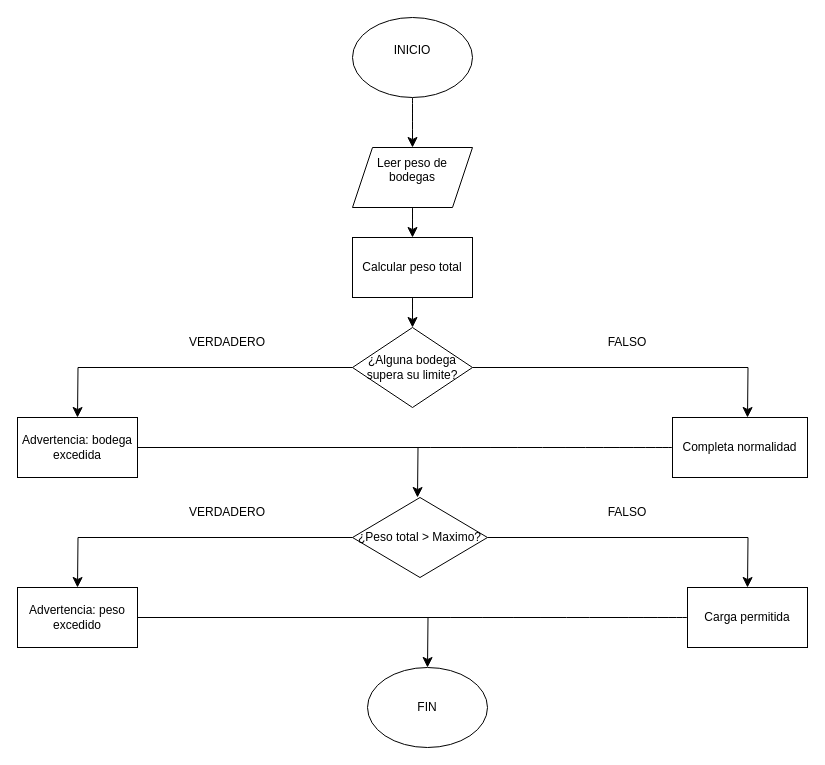
Sebastian5050942/Toma_notas_Programaci-n keeps this draw.io diagram as MAR.drawio. Above is the earlier version. Source tidied: cells renumbered, new cells numbered last; positions are measured from the earlier drawing's top-left corner, leaving out a move shared by most shapes. Both pictures are drawn from the tidied source at 100%, with x=0, y=0 at pixel (17, 17).
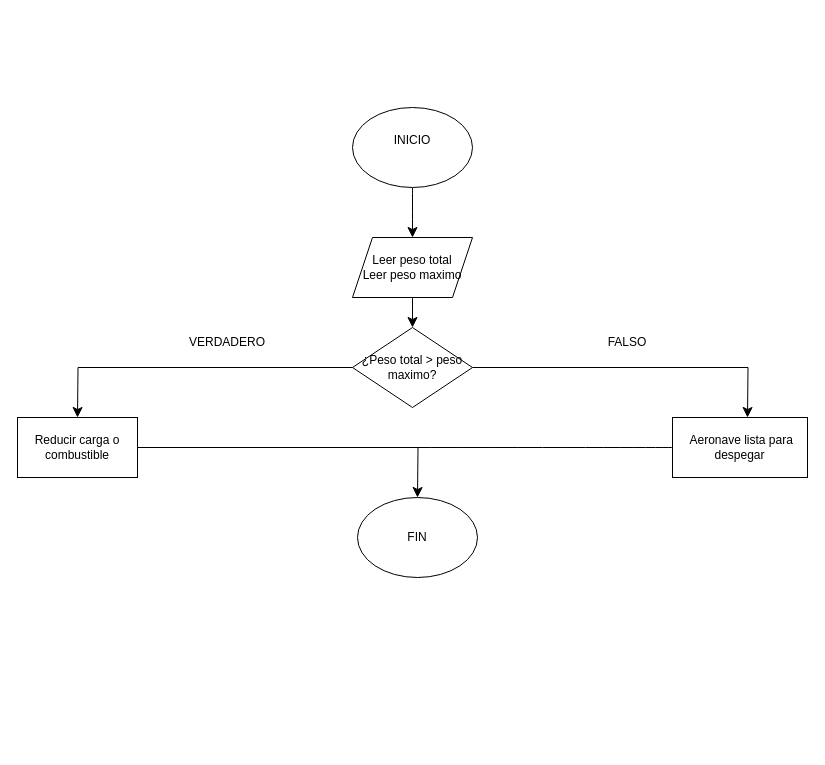
After the change.

Diff of the diagram source:
```diff
@@
     <mxCell id="2" style="edgeStyle=none;curved=1;rounded=0;jettySize=auto;html=1;fontSize=12;startSize=8;endSize=8;" parent="1" edge="1" source="3">
       <mxGeometry relative="1" as="geometry">
-        <mxPoint x="395" y="130" as="targetPoint" />
+        <mxPoint x="395" y="220" as="targetPoint" />
       </mxGeometry>
     </mxCell>
     <mxCell id="3" value="INICIO&lt;div&gt;&lt;br/&gt;&lt;/div&gt;" style="ellipse;whiteSpace=wrap;html=1;shapeInside=1;" parent="1" vertex="1">
-      <mxGeometry x="335" width="120" height="80" as="geometry" />
+      <mxGeometry x="335" y="90" width="120" height="80" as="geometry" />
     </mxCell>
     <mxCell id="4" style="edgeStyle=none;curved=1;rounded=0;jettySize=auto;html=1;fontSize=12;startSize=8;endSize=8;" parent="1" edge="1" source="5">
       <mxGeometry relative="1" as="geometry">
-        <mxPoint x="395" y="220" as="targetPoint" />
+        <mxPoint x="395" y="310" as="targetPoint" />
       </mxGeometry>
     </mxCell>
-    <mxCell id="5" value="Leer peso de bodegas&lt;div&gt;&lt;br/&gt;&lt;/div&gt;" style="shape=parallelogram;perimeter=parallelogramPerimeter;whiteSpace=wrap;html=1;shapeInside=1;fixedSize=1;" parent="1" vertex="1">
-      <mxGeometry x="335" y="130" width="120" height="60" as="geometry" />
+    <mxCell id="5" value="&lt;div&gt;Leer peso total&lt;/div&gt;&lt;div&gt;Leer peso maximo&lt;/div&gt;" style="shape=parallelogram;perimeter=parallelogramPerimeter;whiteSpace=wrap;html=1;shapeInside=1;fixedSize=1;" parent="1" vertex="1">
+      <mxGeometry x="335" y="220" width="120" height="60" as="geometry" />
     </mxCell>
-    <mxCell id="6" style="edgeStyle=none;curved=1;rounded=0;jettySize=auto;html=1;fontSize=12;startSize=8;endSize=8;" parent="1" edge="1" source="7">
-      <mxGeometry relative="1" as="geometry">
-        <mxPoint x="395" y="310" as="targetPoint" />
-      </mxGeometry>
-    </mxCell>
-    <mxCell id="7" value="Calcular peso total" style="rounded=0;whiteSpace=wrap;html=1;" parent="1" vertex="1">
-      <mxGeometry x="335" y="220" width="120" height="60" as="geometry" />
-    </mxCell>
@@
-    <mxCell id="10" value="¿Alguna bodega supera su limite?" style="rhombus;whiteSpace=wrap;html=1;shapeInside=1;" parent="1" vertex="1">
+    <mxCell id="10" value="¿Peso total &amp;gt; peso maximo?" style="rhombus;whiteSpace=wrap;html=1;shapeInside=1;" parent="1" vertex="1">
       <mxGeometry x="335" y="310" width="120" height="80" as="geometry" />
     </mxCell>
@@
-    <mxCell id="14" value="Advertencia: bodega excedida" style="rounded=0;whiteSpace=wrap;html=1;" parent="1" vertex="1">
+    <mxCell id="14" value="Reducir carga o combustible" style="rounded=0;whiteSpace=wrap;html=1;" parent="1" vertex="1">
       <mxGeometry y="400" width="120" height="60" as="geometry" />
     </mxCell>
@@
-    <mxCell id="16" value="Completa normalidad" style="rounded=0;whiteSpace=wrap;html=1;" parent="1" vertex="1">
+    <mxCell id="16" value="&amp;nbsp;Aeronave lista para despegar" style="rounded=0;whiteSpace=wrap;html=1;" parent="1" vertex="1">
       <mxGeometry x="655" y="400" width="135" height="60" as="geometry" />
     </mxCell>
-    <mxCell id="17" style="edgeStyle=orthogonalEdgeStyle;rounded=0;jettySize=auto;html=1;fontSize=12;startSize=8;endSize=8;" parent="1" edge="1" source="19">
-      <mxGeometry relative="1" as="geometry">
-        <mxPoint x="60" y="570" as="targetPoint" />
-      </mxGeometry>
-    </mxCell>
-    <mxCell id="18" style="edgeStyle=orthogonalEdgeStyle;rounded=0;jettySize=auto;html=1;fontSize=12;startSize=8;endSize=8;" parent="1" edge="1" source="19">
-      <mxGeometry relative="1" as="geometry">
-        <mxPoint x="730" y="570" as="targetPoint" />
-      </mxGeometry>
-    </mxCell>
-    <mxCell id="19" value="¿Peso total &amp;gt; Maximo?" style="rhombus;whiteSpace=wrap;html=1;shapeInside=1;" parent="1" vertex="1">
-      <mxGeometry x="335" y="480" width="135" height="80" as="geometry" />
-    </mxCell>
-    <mxCell id="20" value="VERDADERO" style="text;html=1;whiteSpace=wrap;strokeColor=none;fillColor=none;align=center;verticalAlign=middle;rounded=0;" parent="1" vertex="1">
-      <mxGeometry x="180" y="480" width="60" height="30" as="geometry" />
-    </mxCell>
-    <mxCell id="21" value="FALSO" style="text;html=1;whiteSpace=wrap;strokeColor=none;fillColor=none;align=center;verticalAlign=middle;rounded=0;" parent="1" vertex="1">
-      <mxGeometry x="580" y="480" width="60" height="30" as="geometry" />
-    </mxCell>
-    <mxCell id="22" style="edgeStyle=orthogonalEdgeStyle;rounded=0;jettySize=auto;html=1;fontSize=12;startSize=8;endSize=8;" parent="1" edge="1" source="23">
-      <mxGeometry relative="1" as="geometry">
-        <mxPoint x="410" y="650" as="targetPoint" />
-      </mxGeometry>
-    </mxCell>
-    <mxCell id="23" value="Advertencia: peso excedido" style="rounded=0;whiteSpace=wrap;html=1;" parent="1" vertex="1">
-      <mxGeometry y="570" width="120" height="60" as="geometry" />
-    </mxCell>
-    <mxCell id="24" style="edgeStyle=none;curved=1;rounded=0;jettySize=auto;html=1;fontSize=12;startSize=8;endSize=8;endArrow=none;endFill=0;" parent="1" edge="1" source="25">
-      <mxGeometry relative="1" as="geometry">
-        <mxPoint x="360" y="600" as="targetPoint" />
-      </mxGeometry>
-    </mxCell>
-    <mxCell id="25" value="Carga permitida" style="rounded=0;whiteSpace=wrap;html=1;" parent="1" vertex="1">
-      <mxGeometry x="670" y="570" width="120" height="60" as="geometry" />
-    </mxCell>
     <mxCell id="26" value="FIN" style="ellipse;whiteSpace=wrap;html=1;shapeInside=1;" parent="1" vertex="1">
-      <mxGeometry x="350" y="650" width="120" height="80" as="geometry" />
+      <mxGeometry x="340" y="480" width="120" height="80" as="geometry" />
     </mxCell>
```
